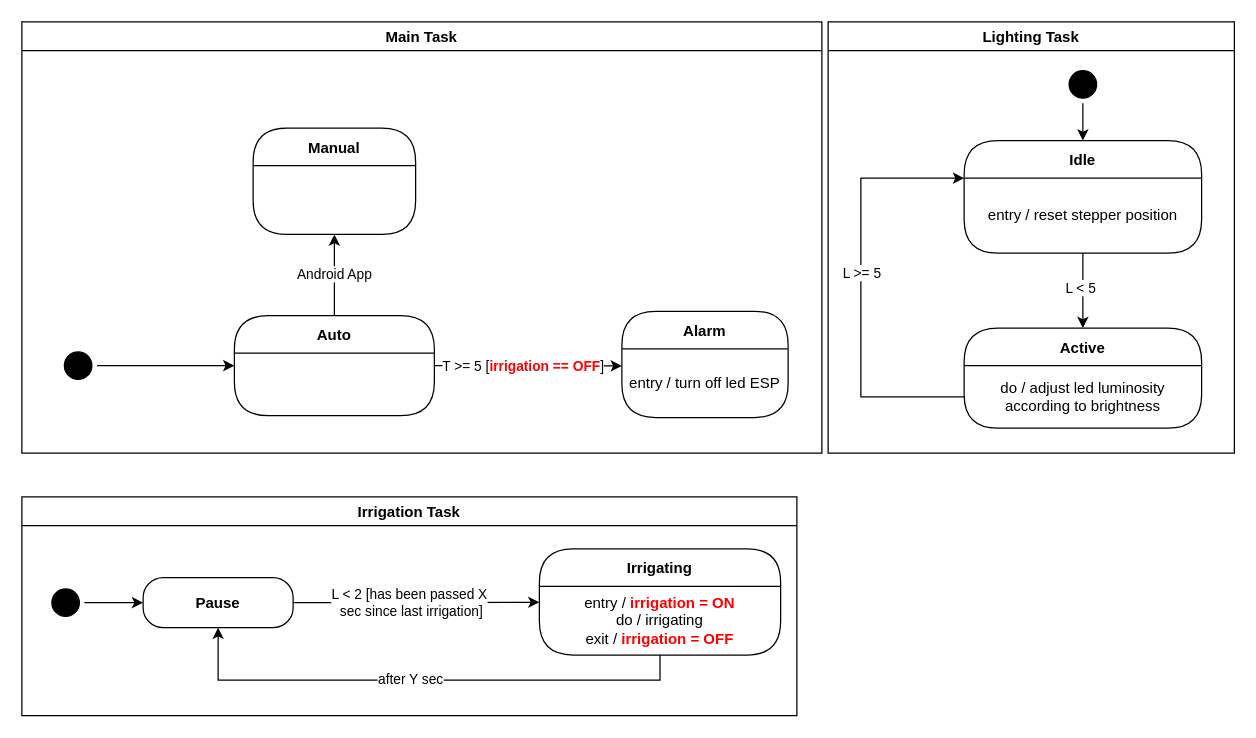
Above: page "overview" (1 of 4) of doc/diagrams/state-chart.drawio in tassiLuca/smart-garden (draw.io), before the change. Source tidied: cells renumbered, new cells numbered last; positions are measured from the earlier drawing's top-left corner, leaving out a move shared by most shapes. Both pictures are drawn from the tidied source at 125%, with x=0, y=0 at pixel (21, 21).
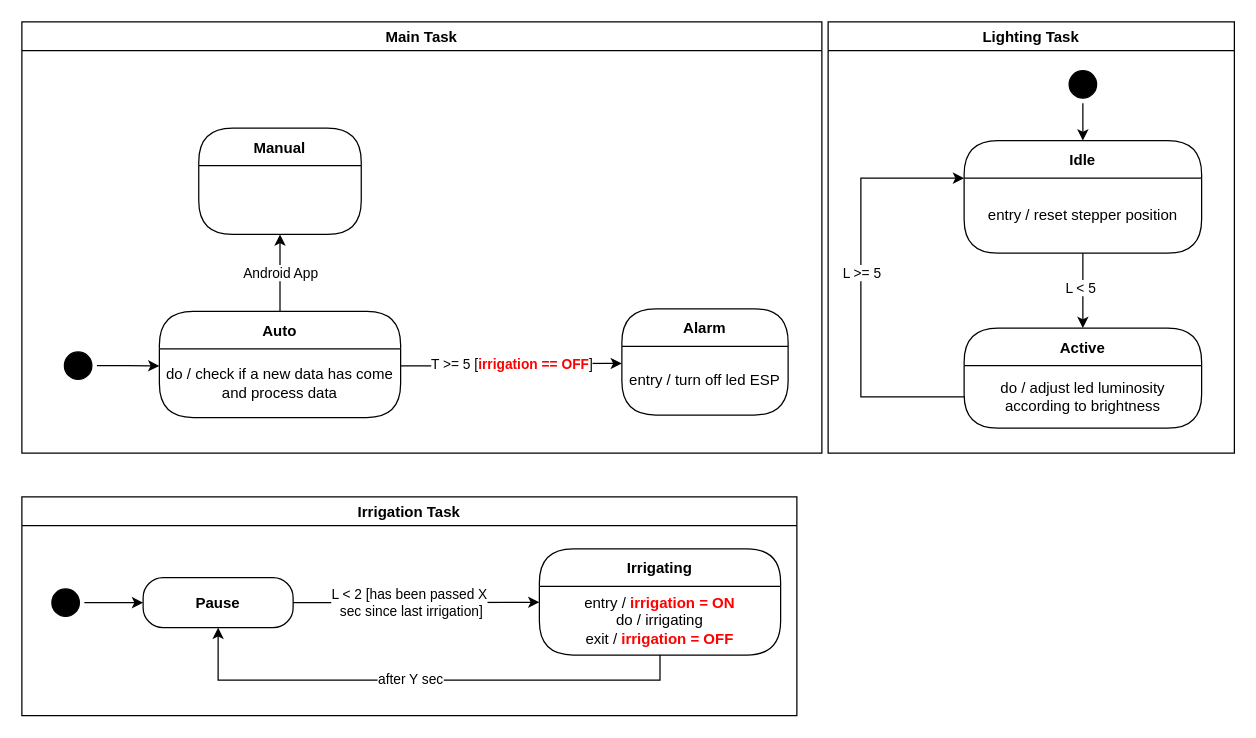
After the change.

The change refers to these unchanged cells:
```xml
<mxCell id="2" value="Main Task" style="swimlane;strokeColor=#000000;" parent="1" vertex="1">
  <mxGeometry width="640" height="345" as="geometry" />
</mxCell>
<mxCell id="4" style="ellipse;html=1;shape=startState;fillColor=#000000;strokeColor=#000000;" parent="2" vertex="1">
  <mxGeometry x="30" y="260" width="30" height="30" as="geometry" />
</mxCell>
<mxCell id="11" value="entry / turn off led ESP" style="text;html=1;align=center;verticalAlign=middle;spacingLeft=4;spacingRight=4;whiteSpace=wrap;overflow=hidden;" parent="10" vertex="1">
  <mxGeometry y="30" width="133" height="55" as="geometry" />
</mxCell>
```

What changed in the source:
```diff
@@
-    <mxCell id="3" style="edgeStyle=orthogonalEdgeStyle;rounded=0;jettySize=auto;html=1;entryX=0;entryY=0.5;entryDx=0;entryDy=0;" parent="2" edge="1" source="4" target="8">
+    <mxCell id="3" style="edgeStyle=orthogonalEdgeStyle;rounded=0;jettySize=auto;html=1;entryX=0;entryY=0.25;entryDx=0;entryDy=0;" parent="2" edge="1" source="4" target="33">
       <mxGeometry relative="1" as="geometry" />
     </mxCell>
@@
-    <mxCell id="5" style="edgeStyle=orthogonalEdgeStyle;rounded=0;jettySize=auto;html=1;exitX=1;exitY=0.5;exitDx=0;exitDy=0;entryX=0;entryY=0.25;entryDx=0;entryDy=0;" parent="2" edge="1" source="8" target="11">
+    <mxCell id="5" style="edgeStyle=orthogonalEdgeStyle;rounded=0;jettySize=auto;html=1;exitX=1;exitY=0.25;exitDx=0;exitDy=0;entryX=0;entryY=0.25;entryDx=0;entryDy=0;" parent="2" edge="1" source="33" target="11">
       <mxGeometry relative="1" as="geometry" />
     </mxCell>
@@
-    <mxCell id="8" value="Auto" style="swimlane;fontStyle=1;align=center;verticalAlign=middle;horizontal=1;startSize=30;rounded=1;arcSize=30;swimlaneFillColor=#FFFFFF;" parent="2" vertex="1">
-      <mxGeometry x="170" y="235" width="160" height="80" as="geometry" />
-    </mxCell>
     <mxCell id="9" value="Manual" style="swimlane;fontStyle=1;align=center;verticalAlign=middle;horizontal=1;startSize=30;rounded=1;arcSize=30;swimlaneFillColor=#FFFFFF;" parent="2" vertex="1">
-      <mxGeometry x="185" y="85" width="130" height="85" as="geometry" />
+      <mxGeometry x="141.5" y="85" width="130" height="85" as="geometry" />
     </mxCell>
     <mxCell id="10" value="Alarm" style="swimlane;fontStyle=1;align=center;verticalAlign=middle;horizontal=1;startSize=30;rounded=1;arcSize=30;swimlaneFillColor=#FFFFFF;" parent="2" vertex="1">
-      <mxGeometry x="480" y="231.5" width="133" height="85" as="geometry" />
+      <mxGeometry x="480" y="229.5" width="133" height="85" as="geometry" />
     </mxCell>
@@
+    <mxCell id="8" value="Auto" style="swimlane;fontStyle=1;align=center;verticalAlign=middle;horizontal=1;startSize=30;rounded=1;arcSize=30;swimlaneFillColor=#FFFFFF;" parent="2" vertex="1">
+      <mxGeometry x="110" y="231.5" width="193" height="85" as="geometry" />
+    </mxCell>
+    <mxCell id="33" value="do / check if a new data has come&lt;br&gt;and process data" style="text;html=1;align=center;verticalAlign=middle;spacingLeft=4;spacingRight=4;whiteSpace=wrap;overflow=hidden;" parent="8" vertex="1">
+      <mxGeometry y="30" width="193" height="55" as="geometry" />
+    </mxCell>
```
